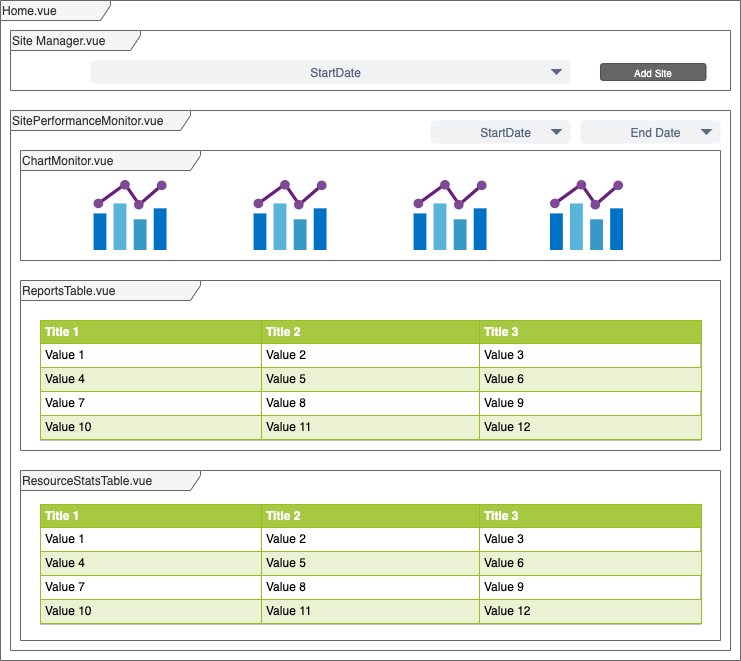
osmanertem/perfanalytics keeps this draw.io diagram as assets/ui-component-structure.png. Above is the earlier version. Source tidied: cells renumbered, new cells last; positions are measured from the earlier drawing's top-left corner, leaving out a move shared by most shapes. Source of this version:
```xml
<mxGraphModel>
  <root>
    <mxCell id="0" />
    <mxCell id="1" parent="0" />
    <mxCell id="2" value="Home.vue" style="shape=umlFrame;whiteSpace=wrap;html=1;width=110;height=20;swimlaneFillColor=#FFFFFF;fillColor=#f5f5f5;strokeColor=#666666;fontColor=#333333;align=left;" parent="1" vertex="1">
      <mxGeometry width="740" height="660" as="geometry" />
    </mxCell>
    <mxCell id="3" value="SitePerformanceMonitor.vue" style="shape=umlFrame;whiteSpace=wrap;html=1;width=180;height=20;swimlaneFillColor=#FFFFFF;fillColor=#f5f5f5;strokeColor=#666666;fontColor=#333333;align=left;" parent="1" vertex="1">
      <mxGeometry x="10" y="110" width="720" height="540" as="geometry" />
    </mxCell>
    <mxCell id="4" value="Site Manager.vue" style="shape=umlFrame;whiteSpace=wrap;html=1;width=130;height=20;swimlaneFillColor=#FFFFFF;fillColor=#f5f5f5;strokeColor=#666666;fontColor=#333333;align=left;" parent="1" vertex="1">
      <mxGeometry x="10" y="30" width="720" height="60" as="geometry" />
    </mxCell>
    <mxCell id="5" value="ChartMonitor.vue" style="shape=umlFrame;whiteSpace=wrap;html=1;width=180;height=20;swimlaneFillColor=#FFFFFF;fillColor=#f5f5f5;strokeColor=#666666;fontColor=#333333;align=left;" parent="1" vertex="1">
      <mxGeometry x="20" y="150" width="700" height="110" as="geometry" />
    </mxCell>
    <mxCell id="6" style="html=1;align=center;image;fontSize=12;image=img/lib/mscae/Chart.svg;fillColor=#FFFFFF;gradientColor=none;" parent="1" vertex="1">
      <mxGeometry x="93.5" y="180" width="72.9" height="70" as="geometry" />
    </mxCell>
    <mxCell id="7" style="html=1;align=center;image;fontSize=12;image=img/lib/mscae/Chart.svg;fillColor=#FFFFFF;gradientColor=none;" parent="1" vertex="1">
      <mxGeometry x="253.5" y="180" width="72.9" height="70" as="geometry" />
    </mxCell>
    <mxCell id="8" style="html=1;align=center;image;fontSize=12;image=img/lib/mscae/Chart.svg;fillColor=#FFFFFF;gradientColor=none;" parent="1" vertex="1">
      <mxGeometry x="413.5" y="180" width="72.9" height="70" as="geometry" />
    </mxCell>
    <mxCell id="9" style="html=1;align=center;image;fontSize=12;image=img/lib/mscae/Chart.svg;fillColor=#FFFFFF;gradientColor=none;" parent="1" vertex="1">
      <mxGeometry x="550" y="180" width="72.9" height="70" as="geometry" />
    </mxCell>
    <mxCell id="10" value="ReportsTable.vue" style="shape=umlFrame;whiteSpace=wrap;html=1;width=180;height=20;swimlaneFillColor=#FFFFFF;fillColor=#f5f5f5;strokeColor=#666666;fontColor=#333333;align=left;" parent="1" vertex="1">
      <mxGeometry x="20" y="280" width="700" height="170" as="geometry" />
    </mxCell>
    <mxCell id="11" value="&lt;table border=&quot;1&quot; width=&quot;100%&quot; height=&quot;100%&quot; cellpadding=&quot;4&quot; style=&quot;width:100%;height:100%;border-collapse:collapse;&quot;&gt;&lt;tr style=&quot;background-color:#A7C942;color:#ffffff;border:1px solid #98bf21;&quot;&gt;&lt;th align=&quot;left&quot;&gt;Title 1&lt;/th&gt;&lt;th align=&quot;left&quot;&gt;Title 2&lt;/th&gt;&lt;th align=&quot;left&quot;&gt;Title 3&lt;/th&gt;&lt;/tr&gt;&lt;tr style=&quot;border:1px solid #98bf21;&quot;&gt;&lt;td&gt;Value 1&lt;/td&gt;&lt;td&gt;Value 2&lt;/td&gt;&lt;td&gt;Value 3&lt;/td&gt;&lt;/tr&gt;&lt;tr style=&quot;background-color:#EAF2D3;border:1px solid #98bf21;&quot;&gt;&lt;td&gt;Value 4&lt;/td&gt;&lt;td&gt;Value 5&lt;/td&gt;&lt;td&gt;Value 6&lt;/td&gt;&lt;/tr&gt;&lt;tr style=&quot;border:1px solid #98bf21;&quot;&gt;&lt;td&gt;Value 7&lt;/td&gt;&lt;td&gt;Value 8&lt;/td&gt;&lt;td&gt;Value 9&lt;/td&gt;&lt;/tr&gt;&lt;tr style=&quot;background-color:#EAF2D3;border:1px solid #98bf21;&quot;&gt;&lt;td&gt;Value 10&lt;/td&gt;&lt;td&gt;Value 11&lt;/td&gt;&lt;td&gt;Value 12&lt;/td&gt;&lt;/tr&gt;&lt;/table&gt;" style="text;html=1;strokeColor=#c0c0c0;fillColor=#ffffff;overflow=fill;rounded=0;align=left;" parent="1" vertex="1">
      <mxGeometry x="40" y="320" width="660" height="120" as="geometry" />
    </mxCell>
    <mxCell id="12" value="ResourceStatsTable.vue" style="shape=umlFrame;whiteSpace=wrap;html=1;width=180;height=20;swimlaneFillColor=#FFFFFF;fillColor=#f5f5f5;strokeColor=#666666;fontColor=#333333;align=left;" parent="1" vertex="1">
      <mxGeometry x="20" y="470" width="700" height="170" as="geometry" />
    </mxCell>
    <mxCell id="13" value="&lt;table border=&quot;1&quot; width=&quot;100%&quot; height=&quot;100%&quot; cellpadding=&quot;4&quot; style=&quot;width:100%;height:100%;border-collapse:collapse;&quot;&gt;&lt;tr style=&quot;background-color:#A7C942;color:#ffffff;border:1px solid #98bf21;&quot;&gt;&lt;th align=&quot;left&quot;&gt;Title 1&lt;/th&gt;&lt;th align=&quot;left&quot;&gt;Title 2&lt;/th&gt;&lt;th align=&quot;left&quot;&gt;Title 3&lt;/th&gt;&lt;/tr&gt;&lt;tr style=&quot;border:1px solid #98bf21;&quot;&gt;&lt;td&gt;Value 1&lt;/td&gt;&lt;td&gt;Value 2&lt;/td&gt;&lt;td&gt;Value 3&lt;/td&gt;&lt;/tr&gt;&lt;tr style=&quot;background-color:#EAF2D3;border:1px solid #98bf21;&quot;&gt;&lt;td&gt;Value 4&lt;/td&gt;&lt;td&gt;Value 5&lt;/td&gt;&lt;td&gt;Value 6&lt;/td&gt;&lt;/tr&gt;&lt;tr style=&quot;border:1px solid #98bf21;&quot;&gt;&lt;td&gt;Value 7&lt;/td&gt;&lt;td&gt;Value 8&lt;/td&gt;&lt;td&gt;Value 9&lt;/td&gt;&lt;/tr&gt;&lt;tr style=&quot;background-color:#EAF2D3;border:1px solid #98bf21;&quot;&gt;&lt;td&gt;Value 10&lt;/td&gt;&lt;td&gt;Value 11&lt;/td&gt;&lt;td&gt;Value 12&lt;/td&gt;&lt;/tr&gt;&lt;/table&gt;" style="text;html=1;strokeColor=#c0c0c0;fillColor=#ffffff;overflow=fill;rounded=0;align=left;" parent="1" vertex="1">
      <mxGeometry x="40" y="504" width="660" height="120" as="geometry" />
    </mxCell>
    <mxCell id="14" value="End Date" style="rounded=1;fillColor=#F1F2F4;strokeColor=none;html=1;fontColor=#596780;align=center;fontSize=12;spacingLeft=10;" parent="1" vertex="1">
      <mxGeometry x="580" y="120" width="140" height="23" as="geometry" />
    </mxCell>
    <mxCell id="15" style="shape=triangle;direction=south;fillColor=#596780;strokeColor=none;html=1;" parent="14" vertex="1">
      <mxGeometry x="1" y="0.5" width="12" height="6" relative="1" as="geometry">
        <mxPoint x="-20" y="-3" as="offset" />
      </mxGeometry>
    </mxCell>
    <mxCell id="16" value="StartDate" style="rounded=1;fillColor=#F1F2F4;strokeColor=none;html=1;fontColor=#596780;align=center;fontSize=12;spacingLeft=10;" parent="1" vertex="1">
      <mxGeometry x="430" y="120" width="140" height="23" as="geometry" />
    </mxCell>
    <mxCell id="17" style="shape=triangle;direction=south;fillColor=#596780;strokeColor=none;html=1;" parent="16" vertex="1">
      <mxGeometry x="1" y="0.5" width="12" height="6" relative="1" as="geometry">
        <mxPoint x="-20" y="-3" as="offset" />
      </mxGeometry>
    </mxCell>
    <mxCell id="18" value="StartDate" style="rounded=1;fillColor=#F1F2F4;strokeColor=none;html=1;fontColor=#596780;align=center;fontSize=12;spacingLeft=10;" parent="1" vertex="1">
      <mxGeometry x="90" y="60" width="480" height="23" as="geometry" />
    </mxCell>
    <mxCell id="19" style="shape=triangle;direction=south;fillColor=#596780;strokeColor=none;html=1;" parent="18" vertex="1">
      <mxGeometry x="1" y="0.5" width="12" height="6" relative="1" as="geometry">
        <mxPoint x="-20" y="-3" as="offset" />
      </mxGeometry>
    </mxCell>
    <mxCell id="20" value="Add Site" style="rounded=1;html=1;shadow=0;dashed=0;whiteSpace=wrap;fontSize=10;fillColor=#666666;align=center;strokeColor=#4D4D4D;fontColor=#ffffff;" parent="1" vertex="1">
      <mxGeometry x="600" y="63.1" width="105.5" height="16.9" as="geometry" />
    </mxCell>
  </root>
</mxGraphModel>
```
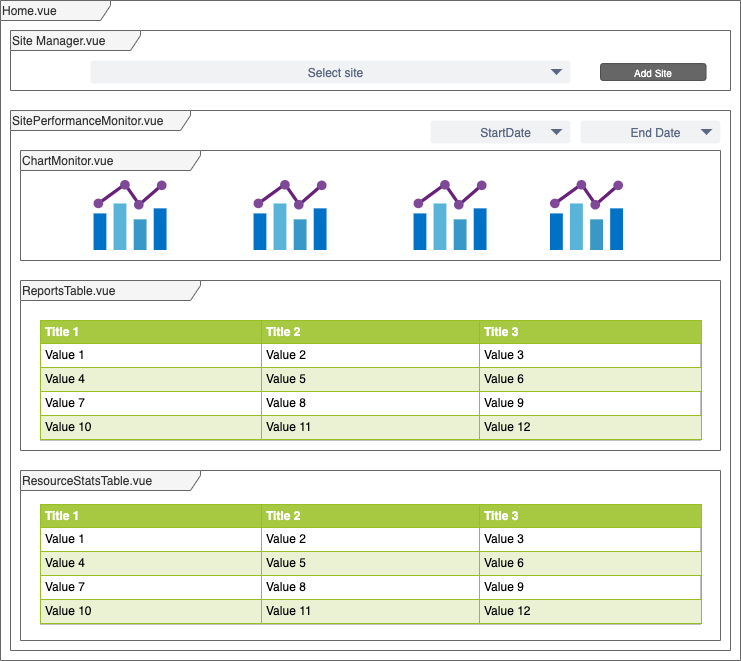
After the change.

Change to the diagram source:
```diff
@@ -54,7 +54,7 @@
         <mxPoint x="-20" y="-3" as="offset" />
       </mxGeometry>
     </mxCell>
-    <mxCell id="18" value="StartDate" style="rounded=1;fillColor=#F1F2F4;strokeColor=none;html=1;fontColor=#596780;align=center;fontSize=12;spacingLeft=10;" parent="1" vertex="1">
+    <mxCell id="18" value="Select site" style="rounded=1;fillColor=#F1F2F4;strokeColor=none;html=1;fontColor=#596780;align=center;fontSize=12;spacingLeft=10;" parent="1" vertex="1">
       <mxGeometry x="90" y="60" width="480" height="23" as="geometry" />
     </mxCell>
     <mxCell id="19" style="shape=triangle;direction=south;fillColor=#596780;strokeColor=none;html=1;" parent="18" vertex="1">
```
